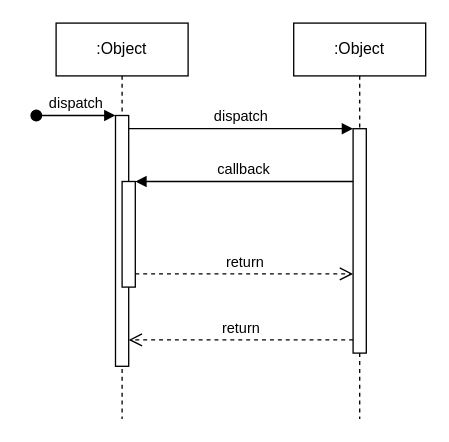
The draw.io diagram Diagram Tanpa Judul.drawio in FerdinandeAja/Pertemuankedua, before the edit. Source tidied: cells renumbered, new cells numbered last; positions are measured from the earlier drawing's top-left corner, leaving out a move shared by most shapes. Both pictures are drawn from the tidied source at 132%, with x=0, y=0 at pixel (36, 22).
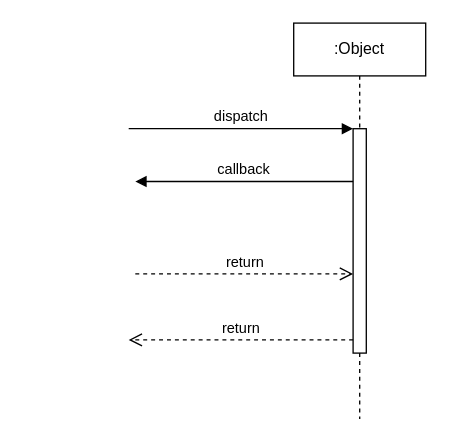
Above is the later version.

Diff of the diagram source:
```diff
@@
 <mxGraphModel>
   <root>
     <mxCell id="0" />
     <mxCell id="1" parent="0" />
-    <mxCell id="2" value=":Object" style="shape=umlLifeline;perimeter=lifelinePerimeter;whiteSpace=wrap;html=1;newEdgeStyle={&quot;edgeStyle&quot;:&quot;elbowEdgeStyle&quot;,&quot;elbow&quot;:&quot;vertical&quot;,&quot;curved&quot;:0,&quot;rounded&quot;:0};" parent="1" vertex="1">
-      <mxGeometry x="15" width="100" height="300" as="geometry" />
-    </mxCell>
-    <mxCell id="3" style="html=1;points=[];perimeter=orthogonalPerimeter;outlineConnect=0;targetShapes=umlLifeline;portConstraint=eastwest;newEdgeStyle={&quot;edgeStyle&quot;:&quot;elbowEdgeStyle&quot;,&quot;elbow&quot;:&quot;vertical&quot;,&quot;curved&quot;:0,&quot;rounded&quot;:0};" parent="2" vertex="1">
-      <mxGeometry x="45" y="70" width="10" height="190" as="geometry" />
-    </mxCell>
-    <mxCell id="4" value="dispatch" style="html=1;verticalAlign=bottom;startArrow=oval;endArrow=block;startSize=8;edgeStyle=elbowEdgeStyle;elbow=vertical;curved=0;rounded=0;" parent="2" edge="1" target="3">
-      <mxGeometry relative="1" as="geometry">
-        <mxPoint x="-15" y="70" as="sourcePoint" />
-      </mxGeometry>
-    </mxCell>
-    <mxCell id="5" style="html=1;points=[];perimeter=orthogonalPerimeter;outlineConnect=0;targetShapes=umlLifeline;portConstraint=eastwest;newEdgeStyle={&quot;edgeStyle&quot;:&quot;elbowEdgeStyle&quot;,&quot;elbow&quot;:&quot;vertical&quot;,&quot;curved&quot;:0,&quot;rounded&quot;:0};" parent="2" vertex="1">
-      <mxGeometry x="50" y="120" width="10" height="80" as="geometry" />
-    </mxCell>
     <mxCell id="6" value=":Object" style="shape=umlLifeline;perimeter=lifelinePerimeter;whiteSpace=wrap;html=1;newEdgeStyle={&quot;edgeStyle&quot;:&quot;elbowEdgeStyle&quot;,&quot;elbow&quot;:&quot;vertical&quot;,&quot;curved&quot;:0,&quot;rounded&quot;:0};" parent="1" vertex="1">
       <mxGeometry x="195" width="100" height="300" as="geometry" />
     </mxCell>
     <mxCell id="7" style="html=1;points=[];perimeter=orthogonalPerimeter;outlineConnect=0;targetShapes=umlLifeline;portConstraint=eastwest;newEdgeStyle={&quot;edgeStyle&quot;:&quot;elbowEdgeStyle&quot;,&quot;elbow&quot;:&quot;vertical&quot;,&quot;curved&quot;:0,&quot;rounded&quot;:0};" parent="6" vertex="1">
       <mxGeometry x="45" y="80" width="10" height="170" as="geometry" />
     </mxCell>
-    <mxCell id="8" value="dispatch" style="html=1;verticalAlign=bottom;endArrow=block;edgeStyle=elbowEdgeStyle;elbow=vertical;curved=0;rounded=0;" parent="1" edge="1" source="3" target="7">
+    <mxCell id="8" value="dispatch" style="html=1;verticalAlign=bottom;endArrow=block;edgeStyle=elbowEdgeStyle;elbow=vertical;curved=0;rounded=0;" parent="1" edge="1" target="7">
       <mxGeometry relative="1" as="geometry">
+        <mxPoint x="70" y="80" as="sourcePoint" />
         <Array as="points">
           <mxPoint x="155" y="80" />
         </Array>
       </mxGeometry>
     </mxCell>
-    <mxCell id="9" value="return" style="html=1;verticalAlign=bottom;endArrow=open;dashed=1;endSize=8;edgeStyle=elbowEdgeStyle;elbow=vertical;curved=0;rounded=0;" parent="1" edge="1" source="7" target="3">
+    <mxCell id="9" value="return" style="html=1;verticalAlign=bottom;endArrow=open;dashed=1;endSize=8;edgeStyle=elbowEdgeStyle;elbow=vertical;curved=0;rounded=0;" parent="1" edge="1" source="7">
       <mxGeometry relative="1" as="geometry">
+        <mxPoint x="70" y="240" as="targetPoint" />
         <Array as="points">
           <mxPoint x="165" y="240" />
         </Array>
       </mxGeometry>
     </mxCell>
-    <mxCell id="10" value="callback" style="html=1;verticalAlign=bottom;endArrow=block;edgeStyle=elbowEdgeStyle;elbow=vertical;curved=0;rounded=0;" parent="1" edge="1" source="7" target="5">
+    <mxCell id="10" value="callback" style="html=1;verticalAlign=bottom;endArrow=block;edgeStyle=elbowEdgeStyle;elbow=vertical;curved=0;rounded=0;" parent="1" edge="1" source="7">
       <mxGeometry relative="1" as="geometry">
+        <mxPoint x="75" y="120" as="targetPoint" />
         <Array as="points">
           <mxPoint x="165" y="120" />
         </Array>
       </mxGeometry>
     </mxCell>
-    <mxCell id="11" value="return" style="html=1;verticalAlign=bottom;endArrow=open;dashed=1;endSize=8;edgeStyle=elbowEdgeStyle;elbow=vertical;curved=0;rounded=0;" parent="1" edge="1" source="5" target="7">
+    <mxCell id="11" value="return" style="html=1;verticalAlign=bottom;endArrow=open;dashed=1;endSize=8;edgeStyle=elbowEdgeStyle;elbow=vertical;curved=0;rounded=0;" parent="1" edge="1" target="7">
       <mxGeometry relative="1" as="geometry">
+        <mxPoint x="75" y="190" as="sourcePoint" />
         <Array as="points">
           <mxPoint x="155" y="190" />
         </Array>
       </mxGeometry>
     </mxCell>
   </root>
 </mxGraphModel>
```
